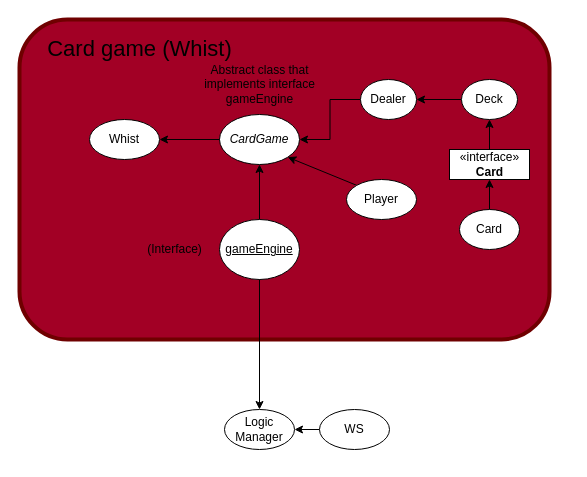
MarcusBou/KortKlubben keeps this draw.io diagram as Dokumentation/DesignKlasseDiagram.drawio. Above is the earlier version. Source tidied: cells renumbered, new cells numbered last; positions are measured from the earlier drawing's top-left corner, leaving out a move shared by most shapes. Both pictures are drawn from the tidied source at 100%, with x=0, y=0 at pixel (19, 19).
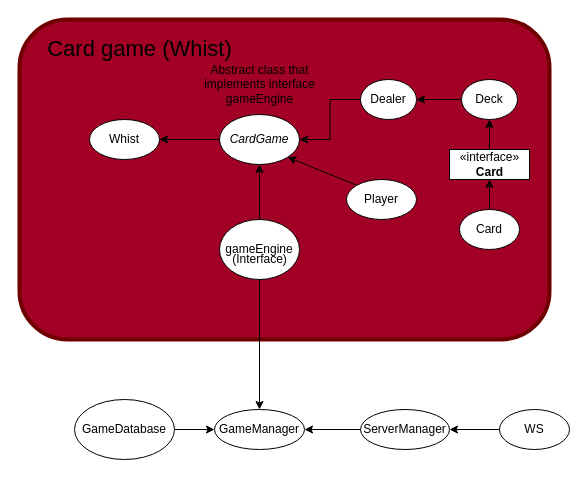
After the change.

The edit, as a diff of the source:
```diff
@@
-    <mxCell id="7" value="&lt;u&gt;gameEngine&lt;/u&gt;" style="ellipse;whiteSpace=wrap;html=1;" parent="1" vertex="1">
+    <mxCell id="7" value="gameEngine" style="ellipse;whiteSpace=wrap;html=1;" parent="1" vertex="1">
       <mxGeometry x="200" y="200" width="80" height="60" as="geometry" />
     </mxCell>
     <mxCell id="8" value="(Interface)" style="text;html=1;align=center;verticalAlign=middle;strokeColor=none;fillColor=none;" parent="1" vertex="1">
-      <mxGeometry x="120" y="220" width="70" height="20" as="geometry" />
+      <mxGeometry x="205" y="230" width="70" height="20" as="geometry" />
     </mxCell>
@@
-    <mxCell id="19" value="Logic Manager" style="ellipse;whiteSpace=wrap;html=1;" parent="1" vertex="1">
-      <mxGeometry x="205" y="390" width="70" height="40" as="geometry" />
+    <mxCell id="19" value="GameManager" style="ellipse;whiteSpace=wrap;html=1;" parent="1" vertex="1">
+      <mxGeometry x="195" y="390" width="90" height="40" as="geometry" />
     </mxCell>
-    <mxCell id="20" style="edgeStyle=none;rounded=0;jettySize=auto;html=1;exitX=0;exitY=0.5;exitDx=0;exitDy=0;entryX=1;entryY=0.5;entryDx=0;entryDy=0;fontSize=22;startArrow=none;startFill=0;endArrow=classic;endFill=1;" parent="1" edge="1" source="21" target="19">
+    <mxCell id="20" style="edgeStyle=none;rounded=0;jettySize=auto;html=1;exitX=0;exitY=0.5;exitDx=0;exitDy=0;fontSize=22;startArrow=none;startFill=0;endArrow=classic;endFill=1;entryX=1;entryY=0.5;entryDx=0;entryDy=0;" parent="1" edge="1" source="21" target="28">
       <mxGeometry relative="1" as="geometry" />
     </mxCell>
     <mxCell id="21" value="WS" style="ellipse;whiteSpace=wrap;html=1;" parent="1" vertex="1">
-      <mxGeometry x="300" y="390" width="70" height="40" as="geometry" />
+      <mxGeometry x="480" y="390" width="70" height="40" as="geometry" />
     </mxCell>
@@
+    <mxCell id="25" style="edgeStyle=orthogonalEdgeStyle;rounded=0;jettySize=auto;html=1;exitX=1;exitY=0.5;exitDx=0;exitDy=0;entryX=0;entryY=0.5;entryDx=0;entryDy=0;" parent="1" edge="1" source="26" target="19">
+      <mxGeometry relative="1" as="geometry" />
+    </mxCell>
+    <mxCell id="26" value="GameDatabase" style="ellipse;whiteSpace=wrap;html=1;" parent="1" vertex="1">
+      <mxGeometry x="55" y="380" width="100" height="60" as="geometry" />
+    </mxCell>
+    <mxCell id="27" style="edgeStyle=orthogonalEdgeStyle;rounded=0;jettySize=auto;html=1;exitX=0;exitY=0.5;exitDx=0;exitDy=0;entryX=1;entryY=0.5;entryDx=0;entryDy=0;" parent="1" edge="1" source="28" target="19">
+      <mxGeometry relative="1" as="geometry" />
+    </mxCell>
+    <mxCell id="28" value="ServerManager" style="ellipse;whiteSpace=wrap;html=1;" parent="1" vertex="1">
+      <mxGeometry x="341" y="390" width="89" height="40" as="geometry" />
+    </mxCell>
```
